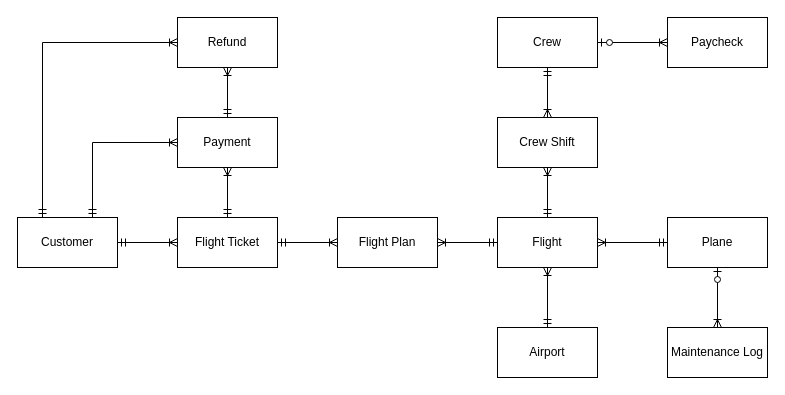
Before: erd.drawio in Poleric/database-design-assignment, a draw.io diagram. Source tidied: cells renumbered, new cells numbered last; positions are measured from the earlier drawing's top-left corner, leaving out a move shared by most shapes. Both pictures are drawn from the tidied source at 100%, with x=0, y=0 at pixel (17, 17).
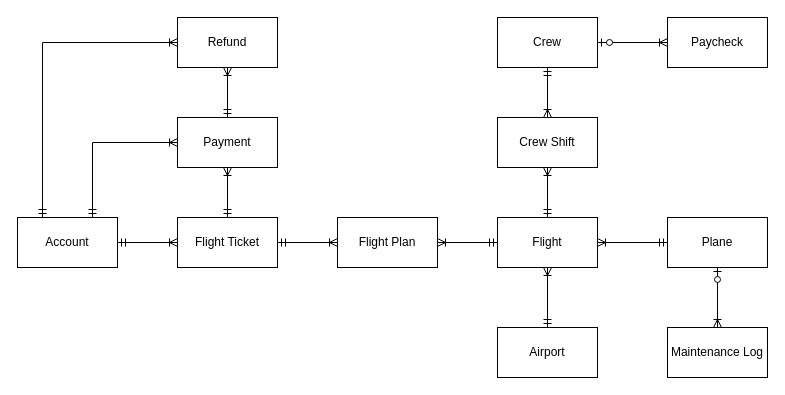
Above is the later version.

Commit message:
rename Customer -> Account

Diff of the diagram source:
```diff
@@
-    <mxCell id="3" value="Customer" style="html=1;dashed=0;whiteSpace=wrap;" parent="1" vertex="1">
+    <mxCell id="3" value="Account" style="html=1;dashed=0;whiteSpace=wrap;" parent="1" vertex="1">
       <mxGeometry y="200" width="100" height="50" as="geometry" />
     </mxCell>
```
